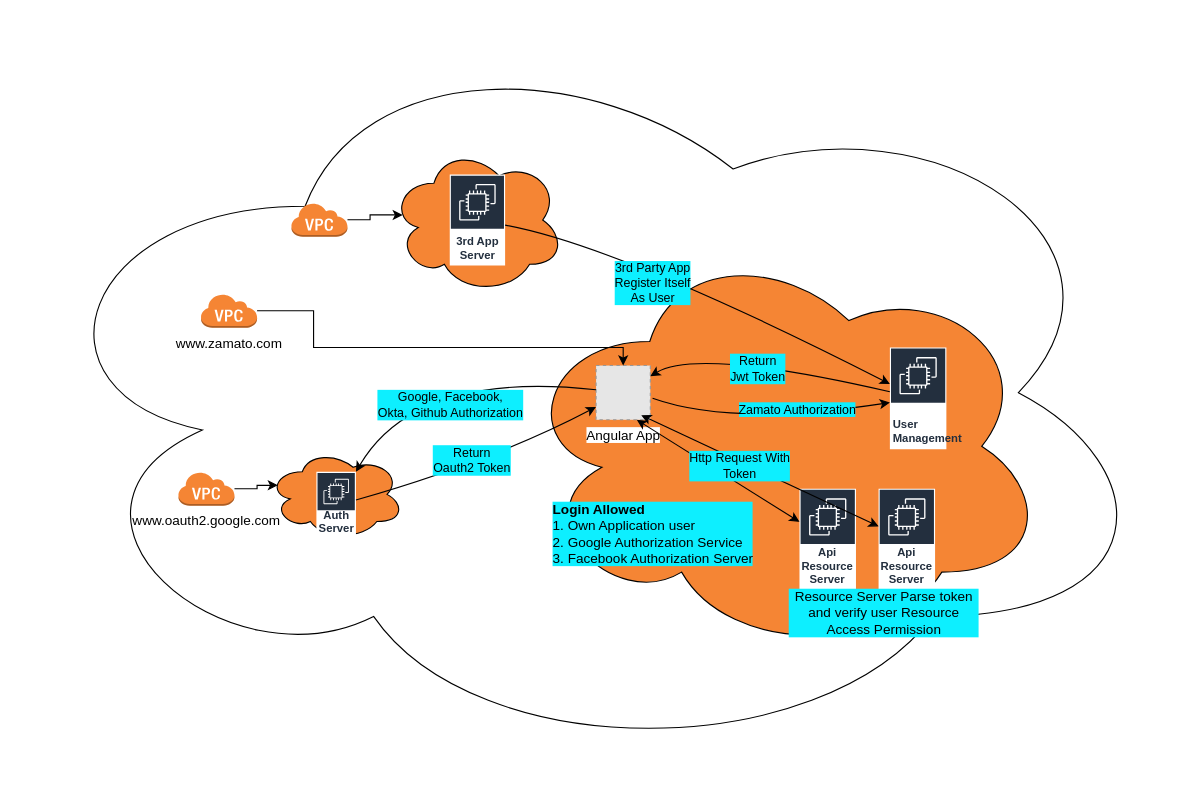
Earlier version of the draw.io diagram OAuth.drawio (rishant/system-design-architecture). Source tidied: cells renumbered, new cells numbered last; positions are measured from the earlier drawing's top-left corner, leaving out a move shared by most shapes. Both pictures are drawn from the tidied source at 113%, with x=0, y=0 at pixel (19, 19). Pictures stored in the file or linked from it are replaced by grey dashed boxes.
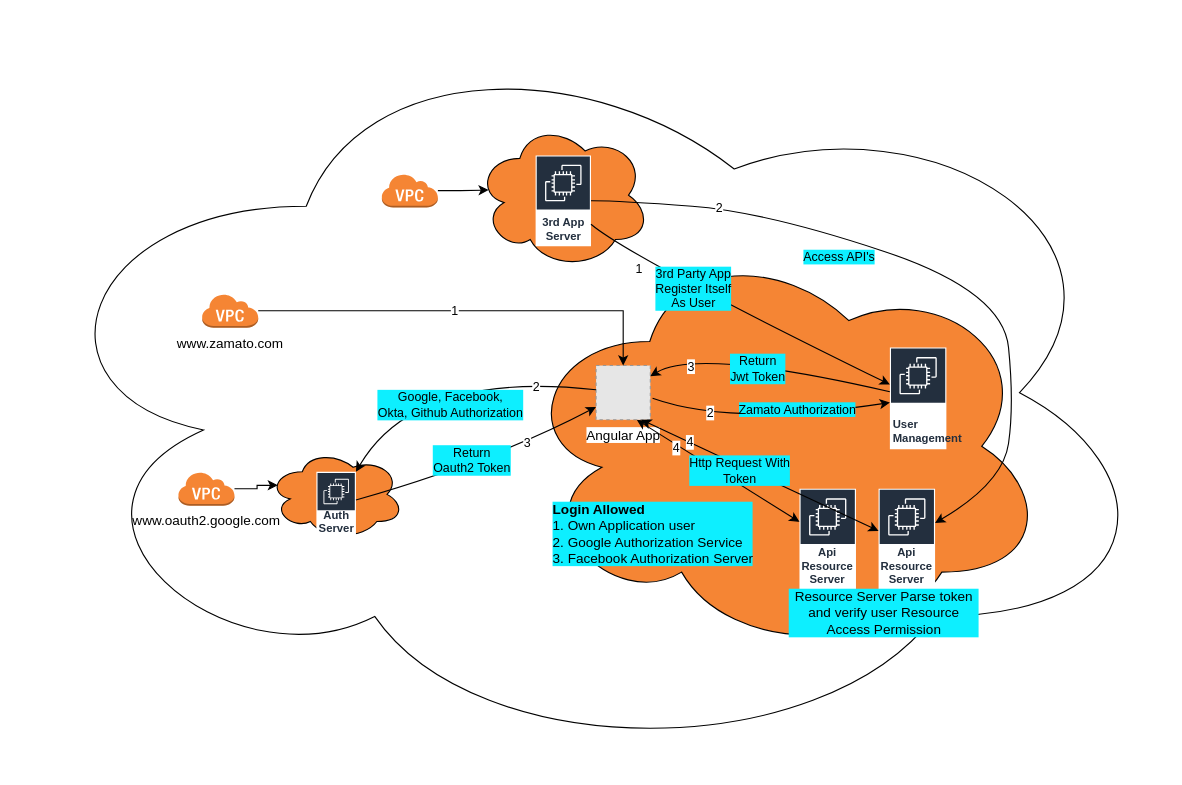
Above is the later version.

Unchanged cells that the change refers to:
```xml
<mxCell id="12" value="Angular App" style="fillColor=#E6E6E6;strokeColor=#999999;dashed=1;html=1;verticalAlign=top;verticalLabelPosition=bottom;labelBackgroundColor=#ffffff;" parent="1" vertex="1">
  <mxGeometry x="510" y="306" width="48" height="48" as="geometry" />
</mxCell>
<mxCell id="14" value="User&amp;nbsp;&lt;br&gt;Management" style="sketch=0;outlineConnect=0;fontColor=#232F3E;gradientColor=none;strokeColor=#ffffff;fillColor=#232F3E;dashed=0;verticalLabelPosition=middle;verticalAlign=bottom;align=left;html=1;whiteSpace=wrap;fontSize=10;fontStyle=1;spacing=3;shape=mxgraph.aws4.productIcon;prIcon=mxgraph.aws4.ec2;" parent="1" vertex="1">
  <mxGeometry x="770" y="290" width="50" height="90" as="geometry" />
</mxCell>
<mxCell id="17" value="Api Resource Server" style="sketch=0;outlineConnect=0;fontColor=#232F3E;gradientColor=none;strokeColor=#ffffff;fillColor=#232F3E;dashed=0;verticalLabelPosition=middle;verticalAlign=bottom;align=center;html=1;whiteSpace=wrap;fontSize=10;fontStyle=1;spacing=3;shape=mxgraph.aws4.productIcon;prIcon=mxgraph.aws4.ec2;" parent="1" vertex="1">
  <mxGeometry x="760" y="415" width="50" height="90" as="geometry" />
</mxCell>
<mxCell id="21" style="curved=1;endArrow=classic;html=1;rounded=0;" parent="1" edge="1" source="12" target="8">
  <mxGeometry relative="1" as="geometry">
    <Array as="points">
      <mxPoint x="350" y="310" />
    </Array>
  </mxGeometry>
</mxCell>
<mxCell id="23" style="curved=1;endArrow=classic;html=1;rounded=0;" parent="1" edge="1" target="14">
  <mxGeometry relative="1" as="geometry">
    <mxPoint x="560" y="335" as="sourcePoint" />
    <Array as="points">
      <mxPoint x="630" y="360" />
    </Array>
  </mxGeometry>
</mxCell>
<mxCell id="25" style="curved=1;endArrow=classic;html=1;rounded=0;" parent="1" edge="1" source="14" target="12">
  <mxGeometry relative="1" as="geometry">
    <Array as="points">
      <mxPoint x="600" y="290" />
    </Array>
  </mxGeometry>
</mxCell>
<mxCell id="27" style="curved=1;endArrow=classic;html=1;rounded=0;" parent="1" edge="1" source="8" target="12">
  <mxGeometry relative="1" as="geometry">
    <Array as="points">
      <mxPoint x="420" y="390" />
    </Array>
  </mxGeometry>
</mxCell>
<mxCell id="29" style="endArrow=classic;startArrow=classic;html=1;rounded=0;exitX=0.75;exitY=1;exitDx=0;exitDy=0;" parent="1" edge="1" source="12" target="13">
  <mxGeometry relative="1" as="geometry" />
</mxCell>
```

The edit, as a diff of the source:
```diff
@@
     <mxCell id="2" style="ellipse;shape=cloud;whiteSpace=wrap;html=1;" parent="1" vertex="1">
-      <mxGeometry width="1010" height="660" as="geometry" />
+      <mxGeometry x="1" width="1010" height="660" as="geometry" />
     </mxCell>
@@
     <mxCell id="6" style="outlineConnect=0;dashed=0;verticalLabelPosition=bottom;verticalAlign=top;align=center;html=1;shape=mxgraph.aws3.virtual_private_cloud;fillColor=#F58534;gradientColor=none;" parent="1" vertex="1">
-      <mxGeometry x="240" y="162" width="50" height="30" as="geometry" />
+      <mxGeometry x="320" y="136.2" width="50" height="30" as="geometry" />
     </mxCell>
@@
     <mxCell id="9" style="ellipse;shape=cloud;whiteSpace=wrap;html=1;verticalAlign=top;fillColor=#F58534;dashed=0;gradientColor=none;" parent="1" vertex="1">
-      <mxGeometry x="328" y="112" width="154" height="130.5" as="geometry" />
+      <mxGeometry x="404" y="90" width="154" height="130.5" as="geometry" />
     </mxCell>
     <mxCell id="10" value="3rd App Server" style="sketch=0;outlineConnect=0;fontColor=#232F3E;gradientColor=none;strokeColor=#ffffff;fillColor=#232F3E;dashed=0;verticalLabelPosition=middle;verticalAlign=bottom;align=center;html=1;whiteSpace=wrap;fontSize=10;fontStyle=1;spacing=3;shape=mxgraph.aws4.productIcon;prIcon=mxgraph.aws4.ec2;" parent="1" vertex="1">
-      <mxGeometry x="380.5" y="137" width="49" height="80.5" as="geometry" />
+      <mxGeometry x="456.5" y="120" width="49" height="80.5" as="geometry" />
     </mxCell>
@@
     <mxCell id="15" style="edgeStyle=orthogonalEdgeStyle;rounded=0;jettySize=auto;html=1;" parent="1" edge="1" source="16" target="12">
       <mxGeometry relative="1" as="geometry">
         <Array as="points">
-          <mxPoint x="260" y="258" />
-          <mxPoint x="260" y="290" />
-          <mxPoint x="534" y="290" />
+          <mxPoint x="534" y="258" />
         </Array>
       </mxGeometry>
     </mxCell>
+    <mxCell id="33" value="1" style="edgeLabel;html=1;align=center;verticalAlign=middle;" parent="15" vertex="1">
+      <mxGeometry x="-0.07" relative="1" as="geometry" />
+    </mxCell>
     <mxCell id="16" value="www.zamato.com" style="outlineConnect=0;dashed=0;verticalLabelPosition=bottom;verticalAlign=top;align=center;html=1;shape=mxgraph.aws3.virtual_private_cloud;fillColor=#F58534;gradientColor=none;" parent="1" vertex="1">
-      <mxGeometry x="160" y="242.5" width="50" height="30" as="geometry" />
+      <mxGeometry x="161" y="242.5" width="50" height="30" as="geometry" />
     </mxCell>
@@
-    <mxCell id="18" style="curved=1;endArrow=classic;html=1;rounded=0;" parent="1" edge="1" source="10" target="14">
+    <mxCell id="18" style="curved=1;endArrow=classic;html=1;rounded=0;" parent="1" edge="1" source="10" target="17">
       <mxGeometry relative="1" as="geometry">
         <Array as="points">
-          <mxPoint x="530" y="200" />
+          <mxPoint x="530" y="160" />
+          <mxPoint x="660" y="170" />
+          <mxPoint x="870" y="240" />
+          <mxPoint x="880" y="340" />
+          <mxPoint x="870" y="410" />
         </Array>
       </mxGeometry>
     </mxCell>
-    <mxCell id="19" value="&lt;span style=&quot;&quot;&gt;3rd Party App &lt;br&gt;Register Itself&lt;br&gt;As User&lt;/span&gt;" style="edgeLabel;html=1;align=center;verticalAlign=middle;labelBackgroundColor=#0DEFFF;" parent="18" vertex="1">
+    <mxCell id="19" value="Access API's" style="edgeLabel;html=1;align=center;verticalAlign=middle;labelBackgroundColor=#0DEFFF;" parent="18" vertex="1">
       <mxGeometry x="-0.3" y="-13" relative="1" as="geometry">
         <mxPoint x="11" y="8" as="offset" />
       </mxGeometry>
     </mxCell>
+    <mxCell id="34" value="2" style="edgeLabel;html=1;align=center;verticalAlign=middle;" parent="18" vertex="1">
+      <mxGeometry x="-0.63" y="-6" relative="1" as="geometry">
+        <mxPoint y="-6" as="offset" />
+      </mxGeometry>
+    </mxCell>
@@
+    <mxCell id="35" value="2" style="edgeLabel;html=1;align=center;verticalAlign=middle;" parent="21" vertex="1">
+      <mxGeometry x="-0.6" y="3" relative="1" as="geometry" />
+    </mxCell>
@@
+    <mxCell id="36" value="2" style="edgeLabel;html=1;align=center;verticalAlign=middle;" parent="23" vertex="1">
+      <mxGeometry x="-0.53" y="6" relative="1" as="geometry">
+        <mxPoint y="1" as="offset" />
+      </mxGeometry>
+    </mxCell>
@@
+    <mxCell id="37" value="3" style="edgeLabel;html=1;align=center;verticalAlign=middle;" parent="25" vertex="1">
+      <mxGeometry x="0.68" y="10" relative="1" as="geometry">
+        <mxPoint y="1" as="offset" />
+      </mxGeometry>
+    </mxCell>
@@
+    <mxCell id="38" value="3" style="edgeLabel;html=1;align=center;verticalAlign=middle;" parent="27" vertex="1">
+      <mxGeometry x="0.4" relative="1" as="geometry" />
+    </mxCell>
@@
+    <mxCell id="39" value="4" style="edgeLabel;html=1;align=center;verticalAlign=middle;" parent="29" vertex="1">
+      <mxGeometry x="-0.51" y="-2" relative="1" as="geometry" />
+    </mxCell>
-    <mxCell id="30" style="endArrow=classic;startArrow=classic;html=1;rounded=0;" parent="1" edge="1" target="17">
+    <mxCell id="30" style="endArrow=classic;startArrow=classic;html=1;rounded=0;" parent="1" edge="1">
       <mxGeometry relative="1" as="geometry">
-        <mxPoint x="550" y="350" as="sourcePoint" />
+        <mxPoint x="550" y="354" as="sourcePoint" />
+        <mxPoint x="760" y="452.3" as="targetPoint" />
       </mxGeometry>
     </mxCell>
@@
+    <mxCell id="40" value="4" style="edgeLabel;html=1;align=center;verticalAlign=middle;" parent="30" vertex="1">
+      <mxGeometry x="-0.59" y="1" relative="1" as="geometry">
+        <mxPoint x="-1" as="offset" />
+      </mxGeometry>
+    </mxCell>
@@
+    <mxCell id="41" style="curved=1;endArrow=classic;html=1;rounded=0;" parent="1" edge="1" source="10" target="14">
+      <mxGeometry relative="1" as="geometry">
+        <Array as="points">
+          <mxPoint x="540" y="210" />
+        </Array>
+      </mxGeometry>
+    </mxCell>
+    <mxCell id="42" value="&lt;span style=&quot;&quot;&gt;3rd Party App &lt;br&gt;Register Itself&lt;br&gt;As User&lt;/span&gt;" style="edgeLabel;html=1;align=center;verticalAlign=middle;labelBackgroundColor=#0DEFFF;" parent="41" vertex="1">
+      <mxGeometry x="-0.3" y="-13" relative="1" as="geometry">
+        <mxPoint x="7" y="-11" as="offset" />
+      </mxGeometry>
+    </mxCell>
+    <mxCell id="43" value="1" style="edgeLabel;html=1;align=center;verticalAlign=middle;" parent="41" vertex="1">
+      <mxGeometry x="-0.63" y="-6" relative="1" as="geometry" />
+    </mxCell>
```
